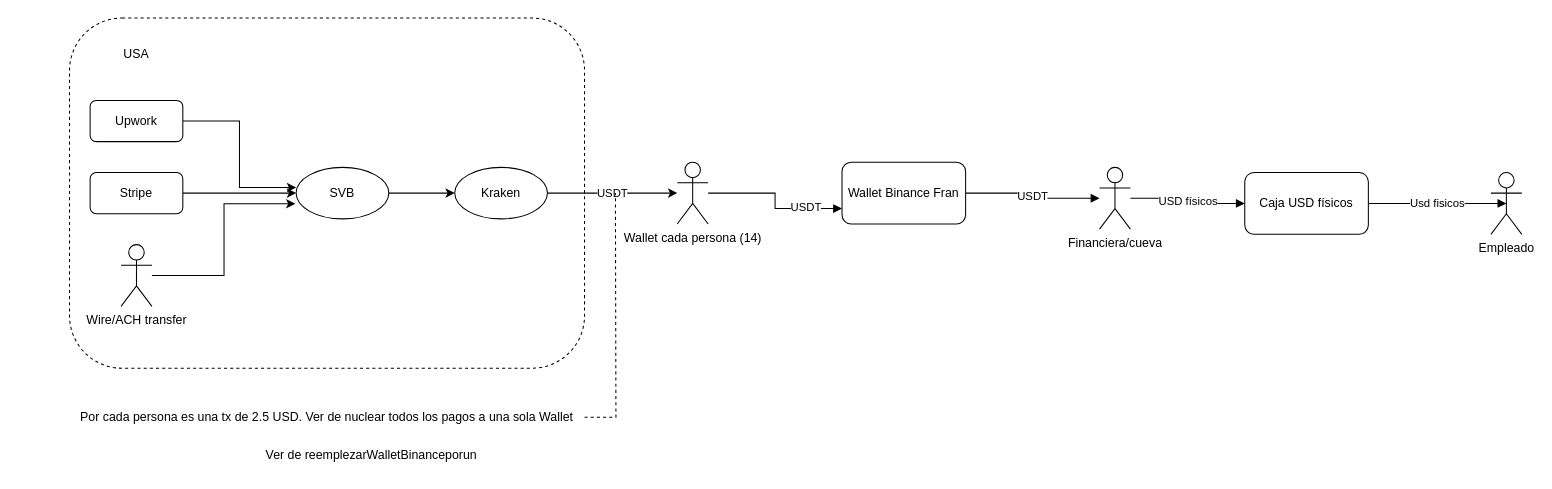
Earlier version of the draw.io diagram moneyflow.drawio (test-autoscraping/prueba). Source tidied: cells renumbered, new cells numbered last; positions are measured from the earlier drawing's top-left corner, leaving out a move shared by most shapes. Both pictures are drawn from the tidied source at 103%, with x=0, y=0 at pixel (69, 18).
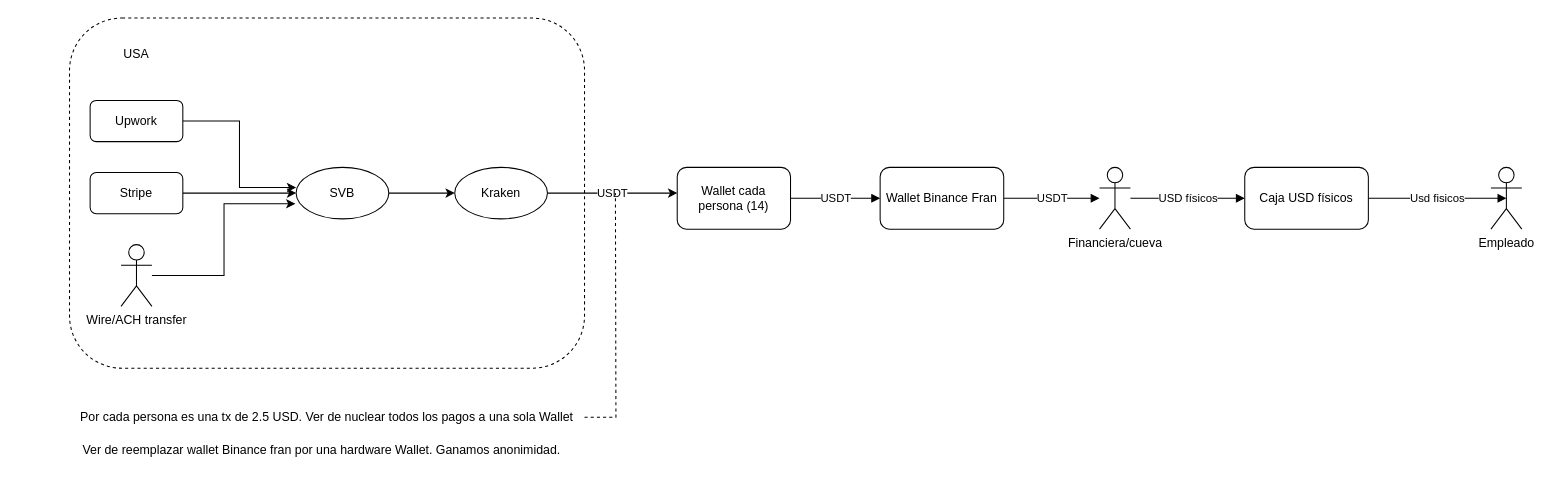
The same page after the edit.

Unchanged cells that the change refers to:
```xml
<mxCell id="12" value="Kraken" style="ellipse;whiteSpace=wrap;html=1;" parent="1" vertex="1">
  <mxGeometry x="374" y="145" width="90" height="50" as="geometry" />
</mxCell>
```

The edit, as a diff of the source:
```diff
@@
-    <mxCell id="11" value="USDT" style="edgeStyle=orthogonalEdgeStyle;rounded=0;jettySize=auto;html=1;" parent="1" edge="1" source="12" target="15">
-      <mxGeometry relative="1" as="geometry" />
+    <mxCell id="11" value="USDT" style="edgeStyle=orthogonalEdgeStyle;rounded=0;jettySize=auto;html=1;" parent="1" edge="1" source="12">
+      <mxGeometry relative="1" as="geometry">
+        <mxPoint x="590" y="170" as="targetPoint" />
+      </mxGeometry>
     </mxCell>
@@
-    <mxCell id="13" style="edgeStyle=orthogonalEdgeStyle;rounded=0;jettySize=auto;html=1;entryX=0;entryY=0.75;entryDx=0;entryDy=0;endArrow=block;endFill=1;" parent="1" edge="1" source="15" target="17">
-      <mxGeometry relative="1" as="geometry" />
-    </mxCell>
-    <mxCell id="14" value="USDT" style="edgeLabel;html=1;align=center;verticalAlign=middle;" parent="13" vertex="1">
-      <mxGeometry x="0.51" y="2" relative="1" as="geometry" />
-    </mxCell>
-    <mxCell id="15" value="Wallet cada persona (14)" style="shape=umlActor;verticalLabelPosition=bottom;verticalAlign=top;html=1;outlineConnect=0;" parent="1" vertex="1">
-      <mxGeometry x="590" y="140" width="30" height="60" as="geometry" />
-    </mxCell>
@@
     <mxCell id="17" value="Wallet Binance Fran" style="rounded=1;whiteSpace=wrap;html=1;" parent="1" vertex="1">
-      <mxGeometry x="750" y="140" width="120" height="60" as="geometry" />
+      <mxGeometry x="787" y="145" width="120" height="60" as="geometry" />
     </mxCell>
@@
     <mxCell id="19" value="Caja USD físicos" style="rounded=1;whiteSpace=wrap;html=1;" parent="1" vertex="1">
-      <mxGeometry x="1141" y="150" width="120" height="60" as="geometry" />
+      <mxGeometry x="1141" y="145" width="120" height="60" as="geometry" />
     </mxCell>
@@
     <mxCell id="24" value="Empleado" style="shape=umlActor;verticalLabelPosition=bottom;verticalAlign=top;html=1;outlineConnect=0;" parent="1" vertex="1">
-      <mxGeometry x="1380" y="150" width="30" height="60" as="geometry" />
+      <mxGeometry x="1380" y="145" width="30" height="60" as="geometry" />
     </mxCell>
@@
-    <mxCell id="26" value="Ver de reemplezarWalletBinanceporun&amp;nbsp;" style="text;html=1;strokeColor=none;fillColor=none;align=center;verticalAlign=middle;whiteSpace=wrap;rounded=0;" parent="1" vertex="1">
-      <mxGeometry y="410" width="590" height="30" as="geometry" />
+    <mxCell id="26" value="Ver de reemplazar wallet Binance fran por una hardware Wallet. Ganamos anonimidad." style="text;html=1;strokeColor=none;fillColor=none;align=center;verticalAlign=middle;whiteSpace=wrap;rounded=0;" parent="1" vertex="1">
+      <mxGeometry x="-50" y="405" width="590" height="30" as="geometry" />
     </mxCell>
+    <mxCell id="14" value="USDT" style="edgeStyle=orthogonalEdgeStyle;rounded=0;jettySize=auto;html=1;entryX=0;entryY=0.5;entryDx=0;entryDy=0;endArrow=block;endFill=1;" parent="1" edge="1" source="15" target="17">
+      <mxGeometry relative="1" as="geometry" />
+    </mxCell>
+    <mxCell id="15" value="Wallet cada persona (14)" style="rounded=1;whiteSpace=wrap;html=1;" parent="1" vertex="1">
+      <mxGeometry x="590" y="145" width="110" height="60" as="geometry" />
+    </mxCell>
```
